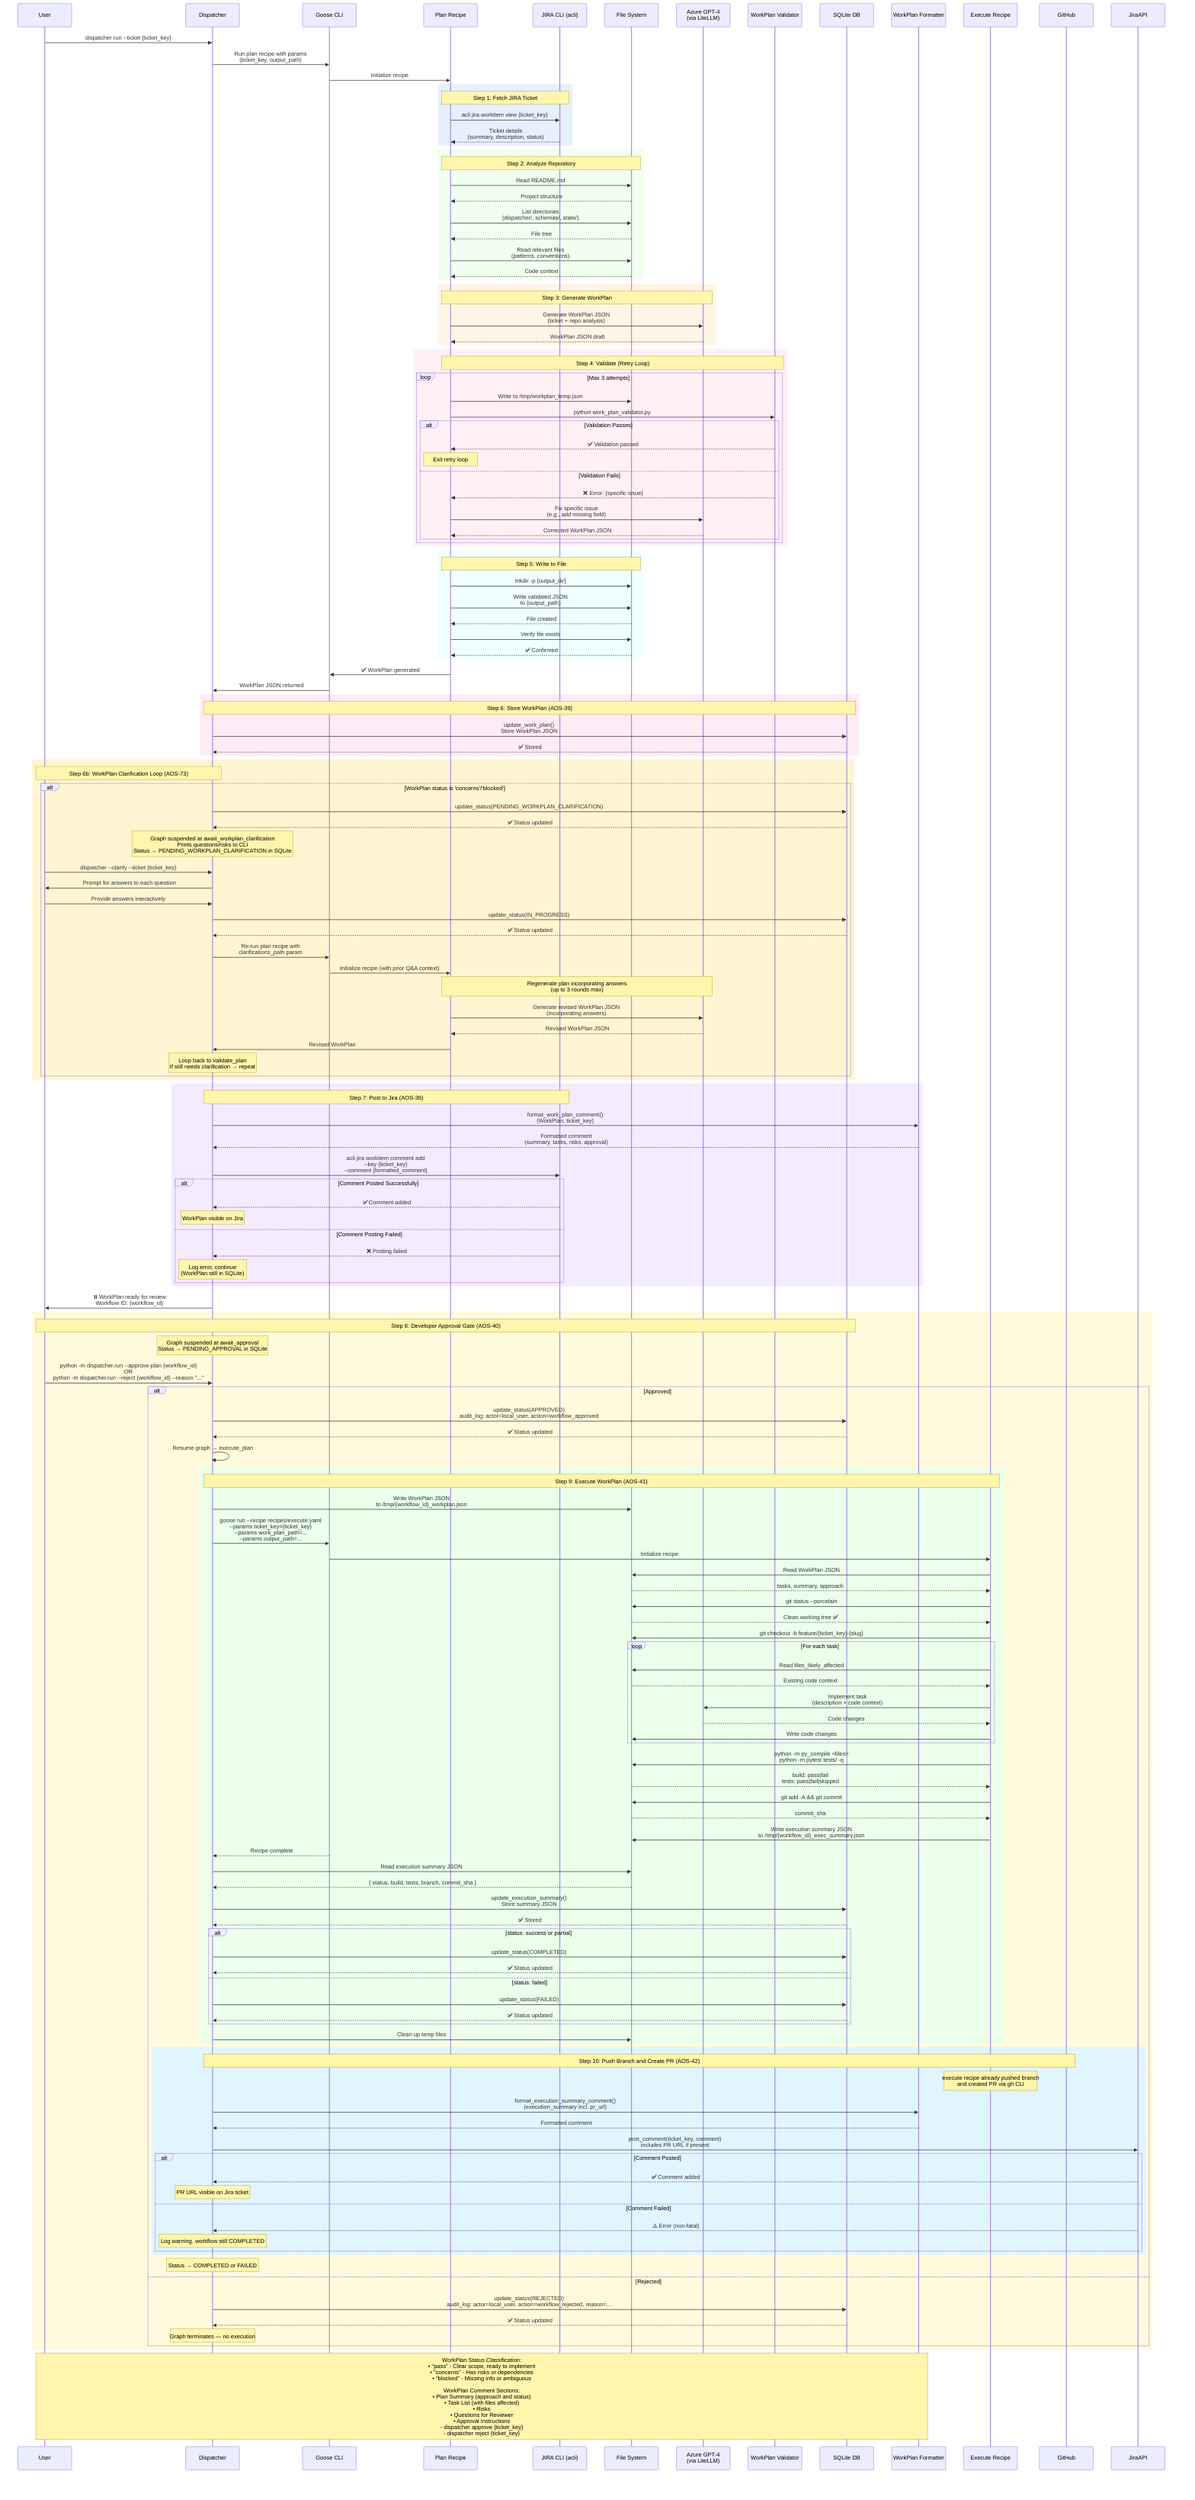
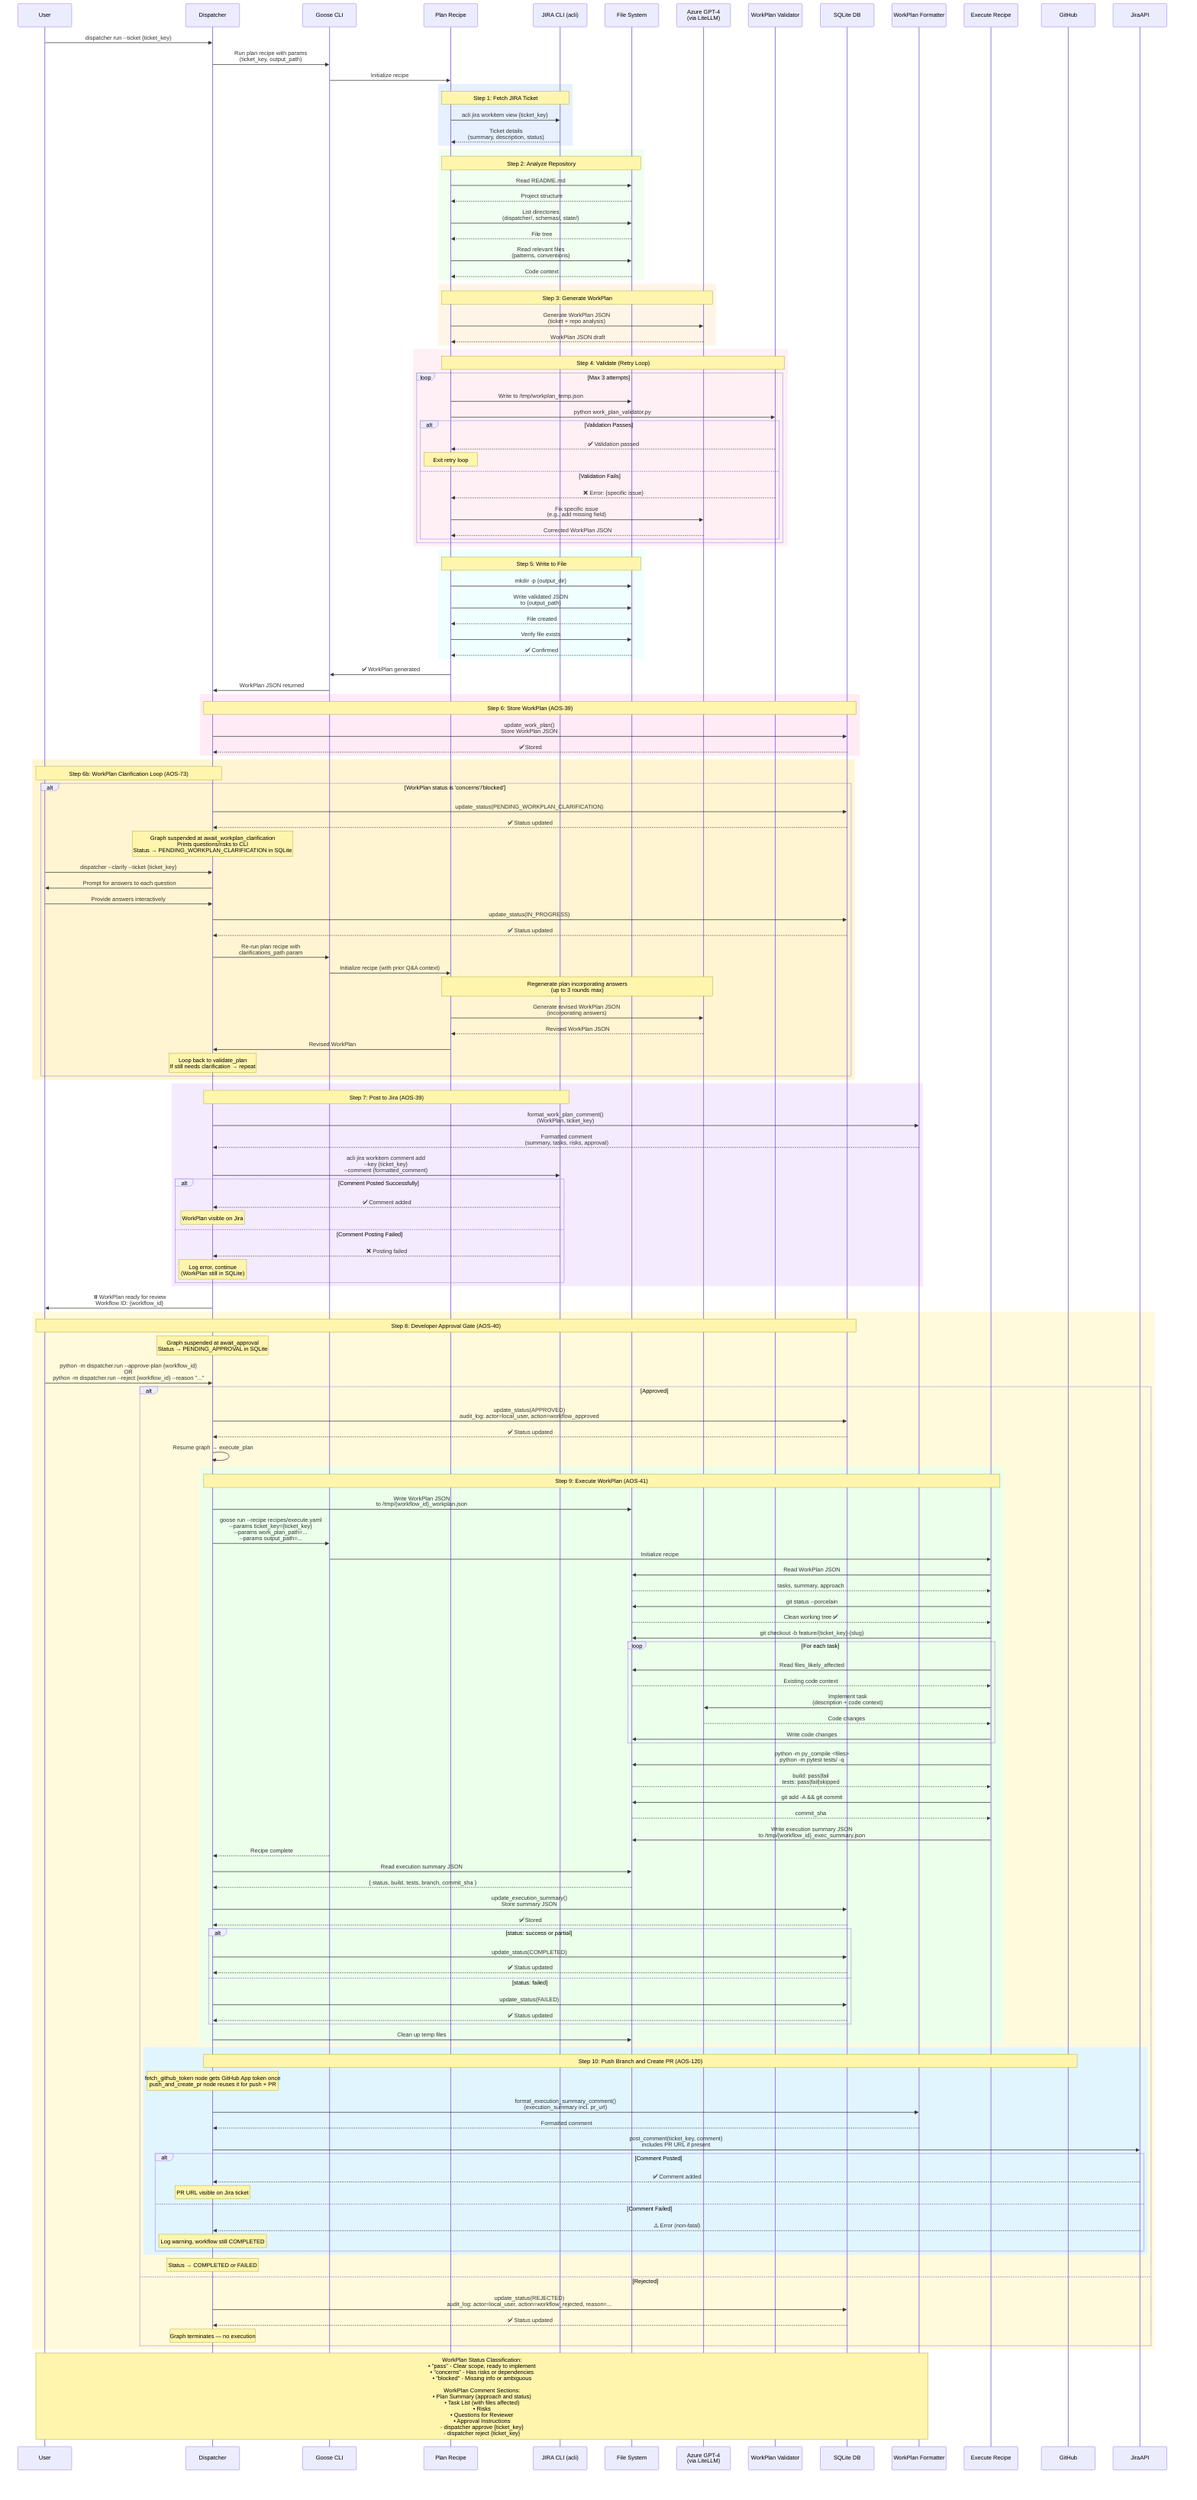
sequenceDiagram
    participant User
    participant Dispatcher as Dispatcher
    participant Goose as Goose CLI
    participant Recipe as Plan Recipe
    participant ACLI as JIRA CLI (acli)
    participant FileSystem as File System
    participant LLM as Azure GPT-4<br/>(via LiteLLM)
    participant Validator as WorkPlan Validator
    participant SQLite as SQLite DB
    participant Formatter as WorkPlan Formatter
    participant ExecRecipe as Execute Recipe

    User->>Dispatcher: dispatcher run --ticket {ticket_key}
    Dispatcher->>Goose: Run plan recipe with params<br/>(ticket_key, output_path)
    Goose->>Recipe: Initialize recipe

    rect rgb(230, 240, 255)
        Note over Recipe,ACLI: Step 1: Fetch JIRA Ticket
        Recipe->>ACLI: acli jira workitem view {ticket_key}
        ACLI-->>Recipe: Ticket details<br/>(summary, description, status)
    end

    rect rgb(240, 255, 240)
        Note over Recipe,FileSystem: Step 2: Analyze Repository
        Recipe->>FileSystem: Read README.md
        FileSystem-->>Recipe: Project structure
        Recipe->>FileSystem: List directories<br/>(dispatcher/, schemas/, state/)
        FileSystem-->>Recipe: File tree
        Recipe->>FileSystem: Read relevant files<br/>(patterns, conventions)
        FileSystem-->>Recipe: Code context
    end

    rect rgb(255, 245, 230)
        Note over Recipe,LLM: Step 3: Generate WorkPlan
        Recipe->>LLM: Generate WorkPlan JSON<br/>(ticket + repo analysis)
        LLM-->>Recipe: WorkPlan JSON draft
    end

    rect rgb(255, 240, 245)
        Note over Recipe,Validator: Step 4: Validate (Retry Loop)
        loop Max 3 attempts
            Recipe->>FileSystem: Write to /tmp/workplan_temp.json
            Recipe->>Validator: python work_plan_validator.py
            alt Validation Passes
                Validator-->>Recipe: ✅ Validation passed
                Note over Recipe: Exit retry loop
            else Validation Fails
                Validator-->>Recipe: ❌ Error: {specific issue}
                Recipe->>LLM: Fix specific issue<br/>(e.g., add missing field)
                LLM-->>Recipe: Corrected WorkPlan JSON
            end
        end
    end

    rect rgb(240, 255, 255)
        Note over Recipe,FileSystem: Step 5: Write to File
        Recipe->>FileSystem: mkdir -p {output_dir}
        Recipe->>FileSystem: Write validated JSON<br/>to {output_path}
        FileSystem-->>Recipe: File created
        Recipe->>FileSystem: Verify file exists
        FileSystem-->>Recipe: ✅ Confirmed
    end

    Recipe->>Goose: ✅ WorkPlan generated
    Goose->>Dispatcher: WorkPlan JSON returned

    rect rgb(255, 235, 245)
        Note over Dispatcher,SQLite: Step 6: Store WorkPlan (AOS-39)
        Dispatcher->>SQLite: update_work_plan()<br/>Store WorkPlan JSON
        SQLite-->>Dispatcher: ✅ Stored
    end

    rect rgb(255, 245, 210)
        Note over User,Dispatcher: Step 6b: WorkPlan Clarification Loop (AOS-73)
        alt WorkPlan status is 'concerns'/'blocked'
            Dispatcher->>SQLite: update_status(PENDING_WORKPLAN_CLARIFICATION)
            SQLite-->>Dispatcher: ✅ Status updated
            Note over Dispatcher: Graph suspended at await_workplan_clarification<br/>Prints questions/risks to CLI<br/>Status → PENDING_WORKPLAN_CLARIFICATION in SQLite
            User->>Dispatcher: dispatcher --clarify --ticket {ticket_key}
            Dispatcher->>User: Prompt for answers to each question
            User->>Dispatcher: Provide answers interactively
            Dispatcher->>SQLite: update_status(IN_PROGRESS)
            SQLite-->>Dispatcher: ✅ Status updated
            Dispatcher->>Goose: Re-run plan recipe with<br/>clarifications_path param
            Goose->>Recipe: Initialize recipe (with prior Q&A context)
            Note over Recipe,LLM: Regenerate plan incorporating answers<br/>(up to 3 rounds max)
            Recipe->>LLM: Generate revised WorkPlan JSON<br/>(incorporating answers)
            LLM-->>Recipe: Revised WorkPlan JSON
            Recipe->>Dispatcher: Revised WorkPlan
            Note over Dispatcher: Loop back to validate_plan<br/>If still needs clarification → repeat
        end
    end

    rect rgb(245, 235, 255)
        Note over Dispatcher,ACLI: Step 7: Post to Jira (AOS-39)
        Dispatcher->>Formatter: format_work_plan_comment()<br/>(WorkPlan, ticket_key)
        Formatter-->>Dispatcher: Formatted comment<br/>(summary, tasks, risks, approval)
        Dispatcher->>ACLI: acli jira workitem comment add<br/>--key {ticket_key}<br/>--comment {formatted_comment}
        alt Comment Posted Successfully
            ACLI-->>Dispatcher: ✅ Comment added
            Note over Dispatcher: WorkPlan visible on Jira
        else Comment Posting Failed
            ACLI-->>Dispatcher: ❌ Posting failed
            Note over Dispatcher: Log error, continue<br/>(WorkPlan still in SQLite)
        end
    end

    Dispatcher->>User: ⏸️ WorkPlan ready for review<br/>Workflow ID: {workflow_id}

    rect rgb(255, 250, 220)
        Note over User,SQLite: Step 8: Developer Approval Gate (AOS-40)
        Note over Dispatcher: Graph suspended at await_approval<br/>Status → PENDING_APPROVAL in SQLite
        User->>Dispatcher: python -m dispatcher.run --approve-plan {workflow_id}<br/>OR<br/>python -m dispatcher.run --reject {workflow_id} --reason "..."
        alt Approved
            Dispatcher->>SQLite: update_status(APPROVED)<br/>audit_log: actor=local_user, action=workflow_approved
            SQLite-->>Dispatcher: ✅ Status updated
            Dispatcher->>Dispatcher: Resume graph → execute_plan

            rect rgb(235, 255, 235)
                Note over Dispatcher,ExecRecipe: Step 9: Execute WorkPlan (AOS-41)
                Dispatcher->>FileSystem: Write WorkPlan JSON<br/>to /tmp/{workflow_id}_workplan.json
                Dispatcher->>Goose: goose run --recipe recipes/execute.yaml<br/>--params ticket_key={ticket_key}<br/>--params work_plan_path=...<br/>--params output_path=...
                Goose->>ExecRecipe: Initialize recipe
                ExecRecipe->>FileSystem: Read WorkPlan JSON
                FileSystem-->>ExecRecipe: tasks, summary, approach
                ExecRecipe->>FileSystem: git status --porcelain
                FileSystem-->>ExecRecipe: Clean working tree ✅
                ExecRecipe->>FileSystem: git checkout -b feature/{ticket_key}-{slug}
                loop For each task
                    ExecRecipe->>FileSystem: Read files_likely_affected
                    FileSystem-->>ExecRecipe: Existing code context
                    ExecRecipe->>LLM: Implement task<br/>(description + code context)
                    LLM-->>ExecRecipe: Code changes
                    ExecRecipe->>FileSystem: Write code changes
                end
                ExecRecipe->>FileSystem: python -m py_compile <files><br/>python -m pytest tests/ -q
                FileSystem-->>ExecRecipe: build: pass|fail<br/>tests: pass|fail|skipped
                ExecRecipe->>FileSystem: git add -A && git commit
                FileSystem-->>ExecRecipe: commit_sha
                ExecRecipe->>FileSystem: Write execution summary JSON<br/>to /tmp/{workflow_id}_exec_summary.json
                Goose-->>Dispatcher: Recipe complete
                Dispatcher->>FileSystem: Read execution summary JSON
                FileSystem-->>Dispatcher: { status, build, tests, branch, commit_sha }
                Dispatcher->>SQLite: update_execution_summary()<br/>Store summary JSON
                SQLite-->>Dispatcher: ✅ Stored
                alt status: success or partial
                    Dispatcher->>SQLite: update_status(COMPLETED)
                    SQLite-->>Dispatcher: ✅ Status updated
                else status: failed
                    Dispatcher->>SQLite: update_status(FAILED)
                    SQLite-->>Dispatcher: ✅ Status updated
                end
                Dispatcher->>FileSystem: Clean up temp files
            end

            rect rgb(225, 245, 255)
-                 Note over Dispatcher,GitHub: Step 10: Push Branch and Create PR (AOS-42)
-                 Note over ExecRecipe: execute recipe already pushed branch<br/>and created PR via gh CLI
+                 Note over Dispatcher,GitHub: Step 10: Push Branch and Create PR (AOS-120)
+                 Note over Dispatcher: fetch_github_token node gets GitHub App token once<br/>push_and_create_pr node reuses it for push + PR
                Dispatcher->>Formatter: format_execution_summary_comment()<br/>(execution_summary incl. pr_url)
                Formatter-->>Dispatcher: Formatted comment
                Dispatcher->>JiraAPI: post_comment(ticket_key, comment)<br/>includes PR URL if present
                alt Comment Posted
                    JiraAPI-->>Dispatcher: ✅ Comment added
                    Note over Dispatcher: PR URL visible on Jira ticket
                else Comment Failed
                    JiraAPI-->>Dispatcher: ⚠️ Error (non-fatal)
                    Note over Dispatcher: Log warning, workflow still COMPLETED
                end
            end

            Note over Dispatcher: Status → COMPLETED or FAILED
        else Rejected
            Dispatcher->>SQLite: update_status(REJECTED)<br/>audit_log: actor=local_user, action=workflow_rejected, reason=...
            SQLite-->>Dispatcher: ✅ Status updated
            Note over Dispatcher: Graph terminates — no execution
        end
    end

    Note over User,Formatter: WorkPlan Status Classification:<br/>• "pass" - Clear scope, ready to implement<br/>• "concerns" - Has risks or dependencies<br/>• "blocked" - Missing info or ambiguous<br/><br/>WorkPlan Comment Sections:<br/>• Plan Summary (approach and status)<br/>• Task List (with files affected)<br/>• Risks<br/>• Questions for Reviewer<br/>• Approval Instructions<br/>  - dispatcher approve {ticket_key}<br/>  - dispatcher reject {ticket_key}
